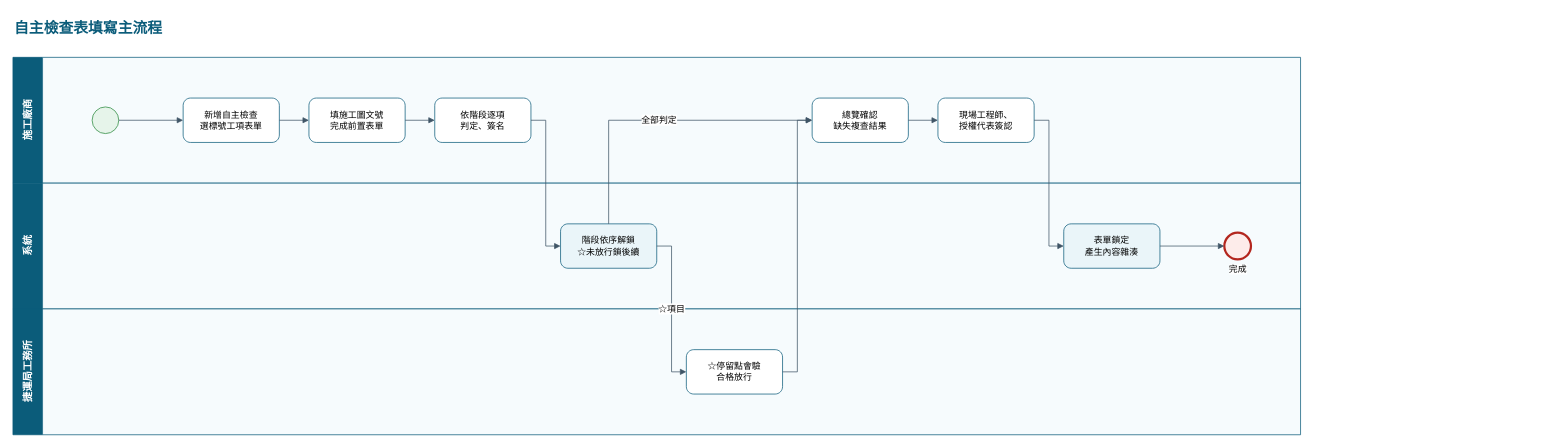
This is page "自主檢查表填寫主流程" (5 of 8) of 捷運施工查驗系統_缺失與停留點流程_BPMN.drawio from brianchou7310/MRT-Construction-QMS, a draw.io file, before an edit. Source tidied: cells renumbered, new cells numbered last; positions are measured from the earlier drawing's top-left corner, leaving out a move shared by most shapes. Both pictures are drawn from the tidied source at 74%, with x=0, y=0 at pixel (13, 13).
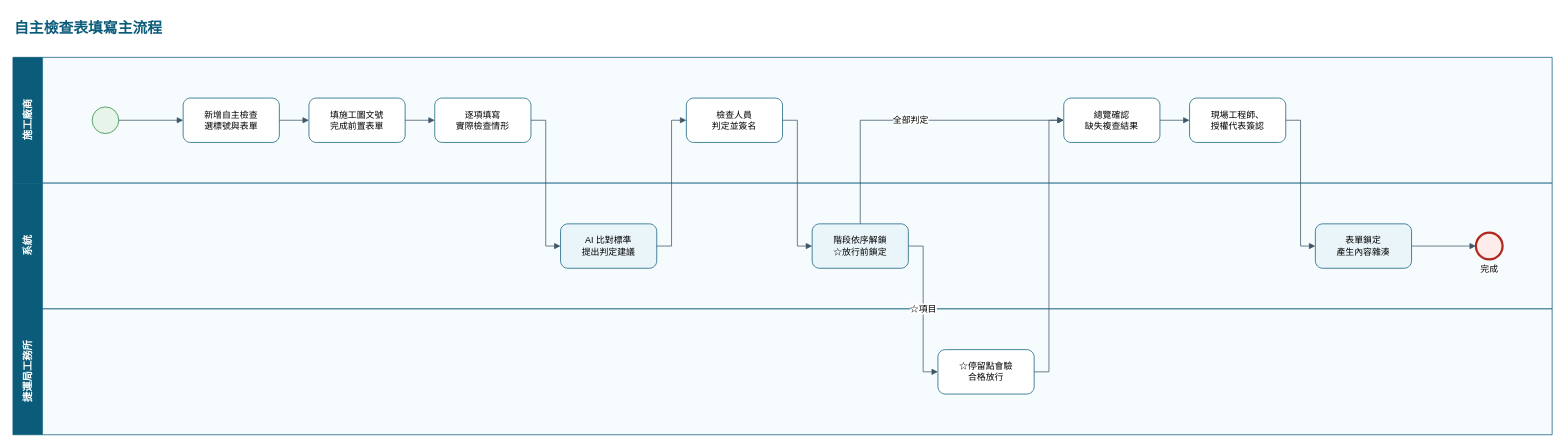
The same page after the edit.

Diff of the diagram source:
```diff
@@
     <mxCell id="3" value="施工廠商" style="swimlane;html=1;startSize=40;horizontal=0;fontSize=14;fontStyle=1;fillColor=#0B5C7A;fontColor=#ffffff;strokeColor=#0B5C7A;swimlaneFillColor=#F6FBFD;" parent="1" vertex="1">
-      <mxGeometry y="60" width="1740" height="170" as="geometry" />
+      <mxGeometry y="60" width="2080" height="170" as="geometry" />
     </mxCell>
     <mxCell id="4" value="系統" style="swimlane;html=1;startSize=40;horizontal=0;fontSize=14;fontStyle=1;fillColor=#0B5C7A;fontColor=#ffffff;strokeColor=#0B5C7A;swimlaneFillColor=#F6FBFD;" parent="1" vertex="1">
-      <mxGeometry y="230" width="1740" height="170" as="geometry" />
+      <mxGeometry y="230" width="2080" height="170" as="geometry" />
     </mxCell>
     <mxCell id="5" value="捷運局工務所" style="swimlane;html=1;startSize=40;horizontal=0;fontSize=14;fontStyle=1;fillColor=#0B5C7A;fontColor=#ffffff;strokeColor=#0B5C7A;swimlaneFillColor=#F6FBFD;" parent="1" vertex="1">
-      <mxGeometry y="400" width="1740" height="170" as="geometry" />
+      <mxGeometry y="400" width="2080" height="170" as="geometry" />
     </mxCell>
@@
-    <mxCell id="7" value="新增自主檢查&lt;br&gt;選標號工項表單" style="points=[[0.25,0,0],[0.5,0,0],[0.75,0,0],[1,0.25,0],[1,0.5,0],[1,0.75,0],[0.75,1,0],[0.5,1,0],[0.25,1,0],[0,0.75,0],[0,0.5,0],[0,0.25,0]];shape=mxgraph.bpmn.task;whiteSpace=wrap;rectStyle=rounded;size=10;html=1;taskMarker=abstract;fontSize=12;fillColor=#FFFFFF;strokeColor=#0B5C7A;" parent="3" vertex="1">
+    <mxCell id="7" value="新增自主檢查&lt;br&gt;選標號與表單" style="points=[[0.25,0,0],[0.5,0,0],[0.75,0,0],[1,0.25,0],[1,0.5,0],[1,0.75,0],[0.75,1,0],[0.5,1,0],[0.25,1,0],[0,0.75,0],[0,0.5,0],[0,0.25,0]];shape=mxgraph.bpmn.task;whiteSpace=wrap;rectStyle=rounded;size=10;html=1;taskMarker=abstract;fontSize=12;fillColor=#FFFFFF;strokeColor=#0B5C7A;" parent="3" vertex="1">
       <mxGeometry x="230" y="55" width="130" height="60" as="geometry" />
     </mxCell>
@@
-    <mxCell id="9" value="依階段逐項&lt;br&gt;判定、簽名" style="points=[[0.25,0,0],[0.5,0,0],[0.75,0,0],[1,0.25,0],[1,0.5,0],[1,0.75,0],[0.75,1,0],[0.5,1,0],[0.25,1,0],[0,0.75,0],[0,0.5,0],[0,0.25,0]];shape=mxgraph.bpmn.task;whiteSpace=wrap;rectStyle=rounded;size=10;html=1;taskMarker=abstract;fontSize=12;fillColor=#FFFFFF;strokeColor=#0B5C7A;" parent="3" vertex="1">
+    <mxCell id="9" value="逐項填寫&lt;br&gt;實際檢查情形" style="points=[[0.25,0,0],[0.5,0,0],[0.75,0,0],[1,0.25,0],[1,0.5,0],[1,0.75,0],[0.75,1,0],[0.5,1,0],[0.25,1,0],[0,0.75,0],[0,0.5,0],[0,0.25,0]];shape=mxgraph.bpmn.task;whiteSpace=wrap;rectStyle=rounded;size=10;html=1;taskMarker=abstract;fontSize=12;fillColor=#FFFFFF;strokeColor=#0B5C7A;" parent="3" vertex="1">
       <mxGeometry x="570" y="55" width="130" height="60" as="geometry" />
     </mxCell>
+    <mxCell id="26" value="AI 比對標準&lt;br&gt;提出判定建議" style="points=[[0.25,0,0],[0.5,0,0],[0.75,0,0],[1,0.25,0],[1,0.5,0],[1,0.75,0],[0.75,1,0],[0.5,1,0],[0.25,1,0],[0,0.75,0],[0,0.5,0],[0,0.25,0]];shape=mxgraph.bpmn.task;whiteSpace=wrap;rectStyle=rounded;size=10;html=1;taskMarker=abstract;fontSize=12;fillColor=#EAF5F9;strokeColor=#0B5C7A;" parent="4" vertex="1">
+      <mxGeometry x="740" y="55" width="130" height="60" as="geometry" />
+    </mxCell>
+    <mxCell id="27" value="檢查人員&lt;br&gt;判定並簽名" style="points=[[0.25,0,0],[0.5,0,0],[0.75,0,0],[1,0.25,0],[1,0.5,0],[1,0.75,0],[0.75,1,0],[0.5,1,0],[0.25,1,0],[0,0.75,0],[0,0.5,0],[0,0.25,0]];shape=mxgraph.bpmn.task;whiteSpace=wrap;rectStyle=rounded;size=10;html=1;taskMarker=abstract;fontSize=12;fillColor=#FFFFFF;strokeColor=#0B5C7A;" parent="3" vertex="1">
+      <mxGeometry x="910" y="55" width="130" height="60" as="geometry" />
+    </mxCell>
-    <mxCell id="10" value="階段依序解鎖&lt;br&gt;☆未放行鎖後續" style="points=[[0.25,0,0],[0.5,0,0],[0.75,0,0],[1,0.25,0],[1,0.5,0],[1,0.75,0],[0.75,1,0],[0.5,1,0],[0.25,1,0],[0,0.75,0],[0,0.5,0],[0,0.25,0]];shape=mxgraph.bpmn.task;whiteSpace=wrap;rectStyle=rounded;size=10;html=1;taskMarker=abstract;fontSize=12;fillColor=#EAF5F9;strokeColor=#0B5C7A;" parent="4" vertex="1">
-      <mxGeometry x="740" y="55" width="130" height="60" as="geometry" />
+    <mxCell id="10" value="階段依序解鎖&lt;br&gt;☆放行前鎖定" style="points=[[0.25,0,0],[0.5,0,0],[0.75,0,0],[1,0.25,0],[1,0.5,0],[1,0.75,0],[0.75,1,0],[0.5,1,0],[0.25,1,0],[0,0.75,0],[0,0.5,0],[0,0.25,0]];shape=mxgraph.bpmn.task;whiteSpace=wrap;rectStyle=rounded;size=10;html=1;taskMarker=abstract;fontSize=12;fillColor=#EAF5F9;strokeColor=#0B5C7A;" parent="4" vertex="1">
+      <mxGeometry x="1080" y="55" width="130" height="60" as="geometry" />
     </mxCell>
     <mxCell id="11" value="☆停留點會驗&lt;br&gt;合格放行" style="points=[[0.25,0,0],[0.5,0,0],[0.75,0,0],[1,0.25,0],[1,0.5,0],[1,0.75,0],[0.75,1,0],[0.5,1,0],[0.25,1,0],[0,0.75,0],[0,0.5,0],[0,0.25,0]];shape=mxgraph.bpmn.task;whiteSpace=wrap;rectStyle=rounded;size=10;html=1;taskMarker=abstract;fontSize=12;fillColor=#FFFFFF;strokeColor=#0B5C7A;" parent="5" vertex="1">
-      <mxGeometry x="910" y="55" width="130" height="60" as="geometry" />
+      <mxGeometry x="1250" y="55" width="130" height="60" as="geometry" />
     </mxCell>
     <mxCell id="12" value="總覽確認&lt;br&gt;缺失複查結果" style="points=[[0.25,0,0],[0.5,0,0],[0.75,0,0],[1,0.25,0],[1,0.5,0],[1,0.75,0],[0.75,1,0],[0.5,1,0],[0.25,1,0],[0,0.75,0],[0,0.5,0],[0,0.25,0]];shape=mxgraph.bpmn.task;whiteSpace=wrap;rectStyle=rounded;size=10;html=1;taskMarker=abstract;fontSize=12;fillColor=#FFFFFF;strokeColor=#0B5C7A;" parent="3" vertex="1">
-      <mxGeometry x="1080" y="55" width="130" height="60" as="geometry" />
+      <mxGeometry x="1420" y="55" width="130" height="60" as="geometry" />
     </mxCell>
     <mxCell id="13" value="現場工程師、&lt;br&gt;授權代表簽認" style="points=[[0.25,0,0],[0.5,0,0],[0.75,0,0],[1,0.25,0],[1,0.5,0],[1,0.75,0],[0.75,1,0],[0.5,1,0],[0.25,1,0],[0,0.75,0],[0,0.5,0],[0,0.25,0]];shape=mxgraph.bpmn.task;whiteSpace=wrap;rectStyle=rounded;size=10;html=1;taskMarker=abstract;fontSize=12;fillColor=#FFFFFF;strokeColor=#0B5C7A;" parent="3" vertex="1">
-      <mxGeometry x="1250" y="55" width="130" height="60" as="geometry" />
+      <mxGeometry x="1590" y="55" width="130" height="60" as="geometry" />
     </mxCell>
     <mxCell id="14" value="表單鎖定&lt;br&gt;產生內容雜湊" style="points=[[0.25,0,0],[0.5,0,0],[0.75,0,0],[1,0.25,0],[1,0.5,0],[1,0.75,0],[0.75,1,0],[0.5,1,0],[0.25,1,0],[0,0.75,0],[0,0.5,0],[0,0.25,0]];shape=mxgraph.bpmn.task;whiteSpace=wrap;rectStyle=rounded;size=10;html=1;taskMarker=abstract;fontSize=12;fillColor=#EAF5F9;strokeColor=#0B5C7A;" parent="4" vertex="1">
-      <mxGeometry x="1420" y="55" width="130" height="60" as="geometry" />
+      <mxGeometry x="1760" y="55" width="130" height="60" as="geometry" />
     </mxCell>
     <mxCell id="15" value="完成" style="points=[[0.145,0.145,0],[0.5,0,0],[0.855,0.145,0],[1,0.5,0],[0.855,0.855,0],[0.5,1,0],[0.145,0.855,0],[0,0.5,0]];shape=mxgraph.bpmn.event;html=1;verticalLabelPosition=bottom;labelBackgroundColor=#ffffff;verticalAlign=top;align=center;perimeter=ellipsePerimeter;outlineConnect=0;outline=end;symbol=terminate2;fillColor=#FDECEA;strokeColor=#B3261E;fontSize=12;" parent="4" vertex="1">
-      <mxGeometry x="1637" y="67" width="36" height="36" as="geometry" />
+      <mxGeometry x="1977" y="67" width="36" height="36" as="geometry" />
     </mxCell>
@@
-    <mxCell id="19" style="edgeStyle=orthogonalEdgeStyle;rounded=0;html=1;endArrow=block;endFill=1;strokeColor=#3F5566;fontSize=12;labelBackgroundColor=#ffffff;exitX=1;exitY=0.5;exitDx=0;exitDy=0;entryX=0;entryY=0.5;entryDx=0;entryDy=0;" parent="1" edge="1" source="9" target="10">
+    <mxCell id="19" style="edgeStyle=orthogonalEdgeStyle;rounded=0;html=1;endArrow=block;endFill=1;strokeColor=#3F5566;fontSize=12;labelBackgroundColor=#ffffff;exitX=1;exitY=0.5;exitDx=0;exitDy=0;entryX=0;entryY=0.5;entryDx=0;entryDy=0;" parent="1" edge="1" source="9" target="26">
       <mxGeometry relative="1" as="geometry">
         <Array as="points">
           <mxPoint x="720" y="145" />
           <mxPoint x="720" y="315" />
         </Array>
       </mxGeometry>
     </mxCell>
-    <mxCell id="20" value="☆項目" style="edgeStyle=orthogonalEdgeStyle;rounded=0;html=1;endArrow=block;endFill=1;strokeColor=#3F5566;fontSize=12;labelBackgroundColor=#ffffff;exitX=1;exitY=0.5;exitDx=0;exitDy=0;entryX=0;entryY=0.5;entryDx=0;entryDy=0;" parent="1" edge="1" source="10" target="11">
+    <mxCell id="20" style="edgeStyle=orthogonalEdgeStyle;rounded=0;html=1;endArrow=block;endFill=1;strokeColor=#3F5566;fontSize=12;labelBackgroundColor=#ffffff;exitX=1;exitY=0.5;exitDx=0;exitDy=0;entryX=0;entryY=0.5;entryDx=0;entryDy=0;" parent="1" edge="1" source="26" target="27">
       <mxGeometry relative="1" as="geometry">
         <Array as="points">
           <mxPoint x="890" y="315" />
-          <mxPoint x="890" y="485" />
+          <mxPoint x="890" y="145" />
         </Array>
       </mxGeometry>
     </mxCell>
-    <mxCell id="21" style="edgeStyle=orthogonalEdgeStyle;rounded=0;html=1;endArrow=block;endFill=1;strokeColor=#3F5566;fontSize=12;labelBackgroundColor=#ffffff;exitX=1;exitY=0.5;exitDx=0;exitDy=0;entryX=0;entryY=0.5;entryDx=0;entryDy=0;" parent="1" edge="1" source="11" target="12">
+    <mxCell id="21" style="edgeStyle=orthogonalEdgeStyle;rounded=0;html=1;endArrow=block;endFill=1;strokeColor=#3F5566;fontSize=12;labelBackgroundColor=#ffffff;exitX=1;exitY=0.5;exitDx=0;exitDy=0;entryX=0;entryY=0.5;entryDx=0;entryDy=0;" parent="1" edge="1" source="27" target="10">
       <mxGeometry relative="1" as="geometry">
         <Array as="points">
-          <mxPoint x="1060" y="485" />
           <mxPoint x="1060" y="145" />
+          <mxPoint x="1060" y="315" />
         </Array>
       </mxGeometry>
     </mxCell>
-    <mxCell id="22" value="全部判定" style="edgeStyle=orthogonalEdgeStyle;rounded=0;html=1;endArrow=block;endFill=1;strokeColor=#3F5566;fontSize=12;labelBackgroundColor=#ffffff;exitX=0.5;exitY=0;exitDx=0;exitDy=0;entryX=0;entryY=0.5;entryDx=0;entryDy=0;" parent="1" edge="1" source="10" target="12">
+    <mxCell id="22" value="☆項目" style="edgeStyle=orthogonalEdgeStyle;rounded=0;html=1;endArrow=block;endFill=1;strokeColor=#3F5566;fontSize=12;labelBackgroundColor=#ffffff;exitX=1;exitY=0.5;exitDx=0;exitDy=0;entryX=0;entryY=0.5;entryDx=0;entryDy=0;" parent="1" edge="1" source="10" target="11">
       <mxGeometry relative="1" as="geometry">
         <Array as="points">
-          <mxPoint x="805" y="145" />
+          <mxPoint x="1230" y="315" />
+          <mxPoint x="1230" y="485" />
         </Array>
       </mxGeometry>
     </mxCell>
-    <mxCell id="23" style="edgeStyle=orthogonalEdgeStyle;rounded=0;html=1;endArrow=block;endFill=1;strokeColor=#3F5566;fontSize=12;labelBackgroundColor=#ffffff;exitX=1;exitY=0.5;exitDx=0;exitDy=0;entryX=0;entryY=0.5;entryDx=0;entryDy=0;" parent="1" edge="1" source="12" target="13">
-      <mxGeometry relative="1" as="geometry" />
+    <mxCell id="23" style="edgeStyle=orthogonalEdgeStyle;rounded=0;html=1;endArrow=block;endFill=1;strokeColor=#3F5566;fontSize=12;labelBackgroundColor=#ffffff;exitX=1;exitY=0.5;exitDx=0;exitDy=0;entryX=0;entryY=0.5;entryDx=0;entryDy=0;" parent="1" edge="1" source="11" target="12">
+      <mxGeometry relative="1" as="geometry">
+        <Array as="points">
+          <mxPoint x="1400" y="485" />
+          <mxPoint x="1400" y="145" />
+        </Array>
+      </mxGeometry>
     </mxCell>
-    <mxCell id="24" style="edgeStyle=orthogonalEdgeStyle;rounded=0;html=1;endArrow=block;endFill=1;strokeColor=#3F5566;fontSize=12;labelBackgroundColor=#ffffff;exitX=1;exitY=0.5;exitDx=0;exitDy=0;entryX=0;entryY=0.5;entryDx=0;entryDy=0;" parent="1" edge="1" source="13" target="14">
+    <mxCell id="24" value="全部判定" style="edgeStyle=orthogonalEdgeStyle;rounded=0;html=1;endArrow=block;endFill=1;strokeColor=#3F5566;fontSize=12;labelBackgroundColor=#ffffff;exitX=0.5;exitY=0;exitDx=0;exitDy=0;entryX=0;entryY=0.5;entryDx=0;entryDy=0;" parent="1" edge="1" source="10" target="12">
       <mxGeometry relative="1" as="geometry">
         <Array as="points">
-          <mxPoint x="1400" y="145" />
-          <mxPoint x="1400" y="315" />
+          <mxPoint x="1145" y="145" />
         </Array>
       </mxGeometry>
     </mxCell>
-    <mxCell id="25" style="edgeStyle=orthogonalEdgeStyle;rounded=0;html=1;endArrow=block;endFill=1;strokeColor=#3F5566;fontSize=12;labelBackgroundColor=#ffffff;exitX=1;exitY=0.5;exitDx=0;exitDy=0;entryX=0;entryY=0.5;entryDx=0;entryDy=0;" parent="1" edge="1" source="14" target="15">
+    <mxCell id="25" style="edgeStyle=orthogonalEdgeStyle;rounded=0;html=1;endArrow=block;endFill=1;strokeColor=#3F5566;fontSize=12;labelBackgroundColor=#ffffff;exitX=1;exitY=0.5;exitDx=0;exitDy=0;entryX=0;entryY=0.5;entryDx=0;entryDy=0;" parent="1" edge="1" source="12" target="13">
       <mxGeometry relative="1" as="geometry" />
     </mxCell>
+    <mxCell id="28" style="edgeStyle=orthogonalEdgeStyle;rounded=0;html=1;endArrow=block;endFill=1;strokeColor=#3F5566;fontSize=12;labelBackgroundColor=#ffffff;exitX=1;exitY=0.5;exitDx=0;exitDy=0;entryX=0;entryY=0.5;entryDx=0;entryDy=0;" parent="1" edge="1" source="13" target="14">
+      <mxGeometry relative="1" as="geometry">
+        <Array as="points">
+          <mxPoint x="1740" y="145" />
+          <mxPoint x="1740" y="315" />
+        </Array>
+      </mxGeometry>
+    </mxCell>
+    <mxCell id="29" style="edgeStyle=orthogonalEdgeStyle;rounded=0;html=1;endArrow=block;endFill=1;strokeColor=#3F5566;fontSize=12;labelBackgroundColor=#ffffff;exitX=1;exitY=0.5;exitDx=0;exitDy=0;entryX=0;entryY=0.5;entryDx=0;entryDy=0;" parent="1" edge="1" source="14" target="15">
+      <mxGeometry relative="1" as="geometry" />
+    </mxCell>
```
